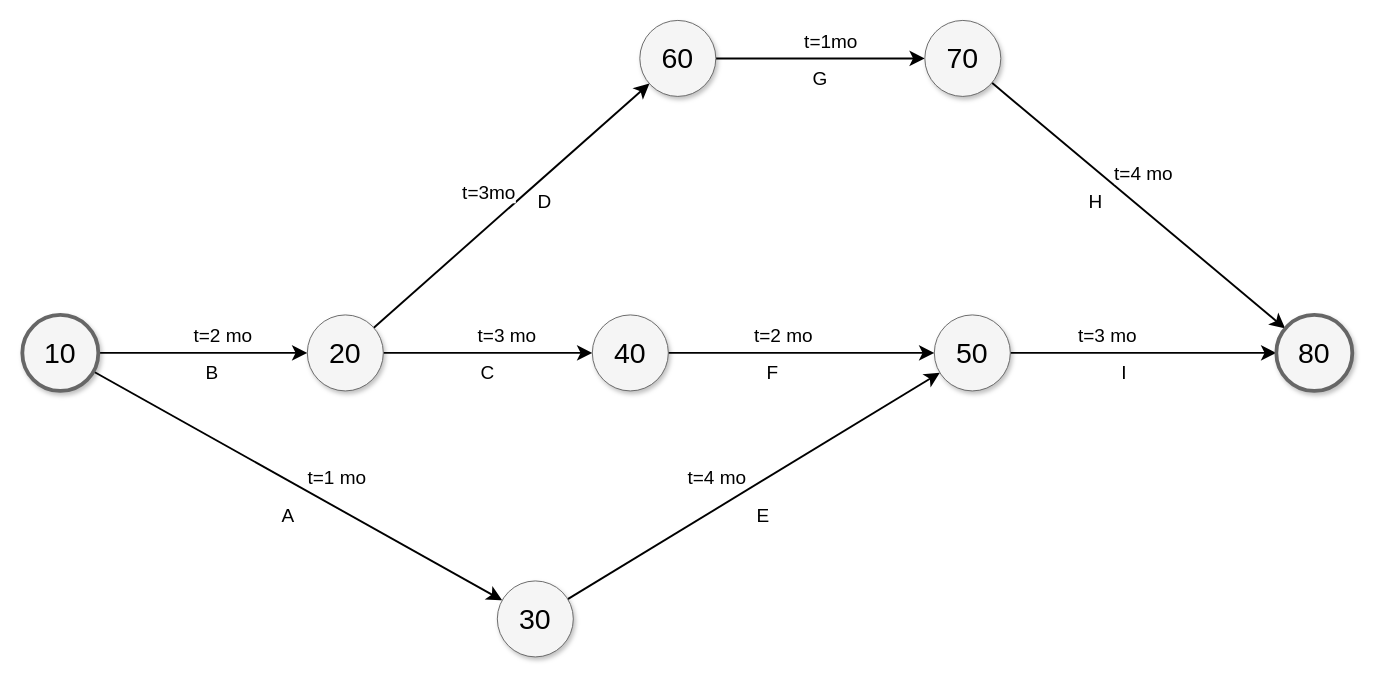
The draw.io diagram Diagrama sin título.drawio in Nicolaszabala/Nicolaszabala, before the edit. Source tidied: cells renumbered, new cells numbered last; positions are measured from the earlier drawing's top-left corner, leaving out a move shared by most shapes. Both pictures are drawn from the tidied source at 95%, with x=0, y=0 at pixel (22, 20).
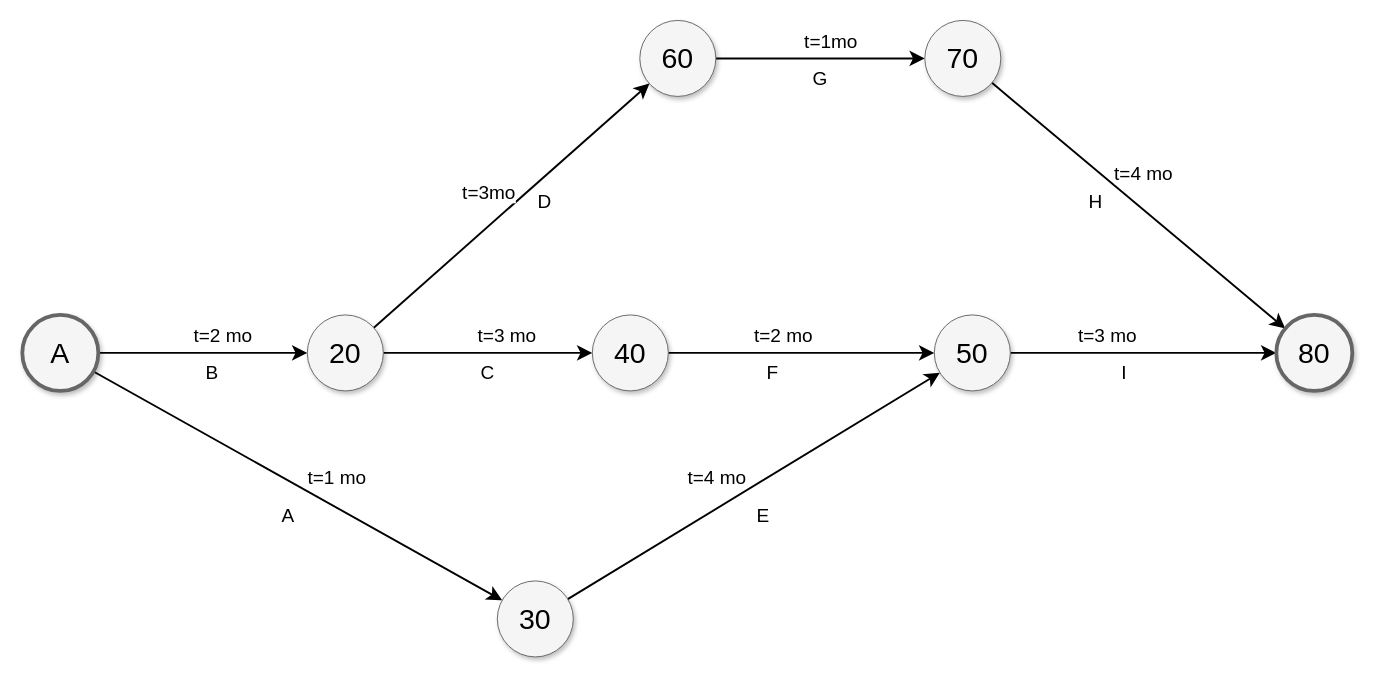
The same diagram, later.

The edit, as a diff of the source:
```diff
@@
-    <mxCell id="6" value="10" style="ellipse;whiteSpace=wrap;html=1;rounded=0;shadow=1;strokeColor=#666666;strokeWidth=4;fontSize=30;align=center;fillColor=#f5f5f5;" parent="1" vertex="1">
+    <mxCell id="6" value="A" style="ellipse;whiteSpace=wrap;html=1;rounded=0;shadow=1;strokeColor=#666666;strokeWidth=4;fontSize=30;align=center;fillColor=#f5f5f5;" parent="1" vertex="1">
       <mxGeometry y="310" width="80" height="80" as="geometry" />
     </mxCell>
```
